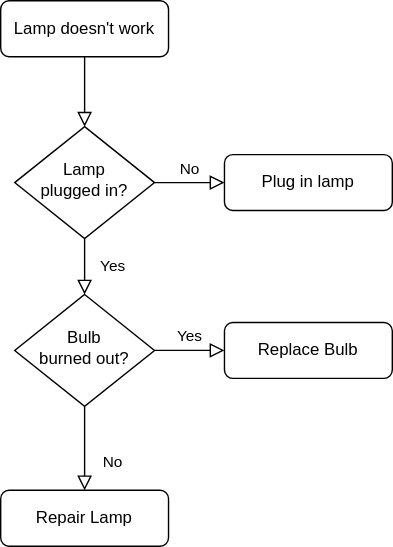
Above: 未命名绘图.drawio.svg in linqinluli/picture_draw (draw.io), before the change. Source tidied: cells renumbered, new cells last; positions are measured from the earlier drawing's top-left corner, leaving out a move shared by most shapes.
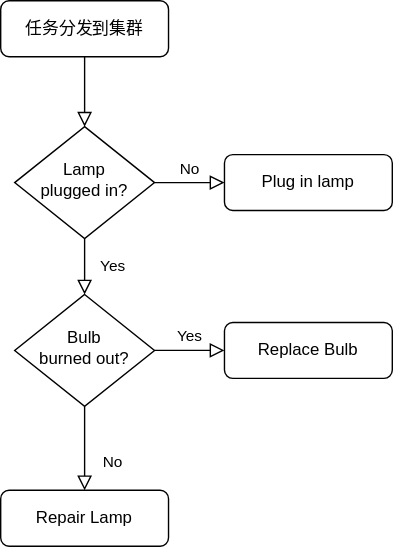
After the commit.

Change to the diagram source:
```diff
@@ -5,7 +5,7 @@
     <mxCell id="2" style="rounded=0;html=1;jettySize=auto;fontSize=11;endArrow=block;endFill=0;endSize=8;strokeWidth=1;shadow=0;labelBackgroundColor=none;edgeStyle=orthogonalEdgeStyle;" parent="1" edge="1" source="3" target="6">
       <mxGeometry relative="1" as="geometry" />
     </mxCell>
-    <mxCell id="3" value="Lamp doesn't work" style="rounded=1;whiteSpace=wrap;html=1;fontSize=12;glass=0;strokeWidth=1;shadow=0;" parent="1" vertex="1">
+    <mxCell id="3" value="任务分发到集群" style="rounded=1;whiteSpace=wrap;html=1;fontSize=12;glass=0;strokeWidth=1;shadow=0;" parent="1" vertex="1">
       <mxGeometry width="120" height="40" as="geometry" />
     </mxCell>
     <mxCell id="4" value="Yes" style="rounded=0;html=1;jettySize=auto;fontSize=11;endArrow=block;endFill=0;endSize=8;strokeWidth=1;shadow=0;labelBackgroundColor=none;edgeStyle=orthogonalEdgeStyle;" parent="1" edge="1" source="6" target="10">
```
